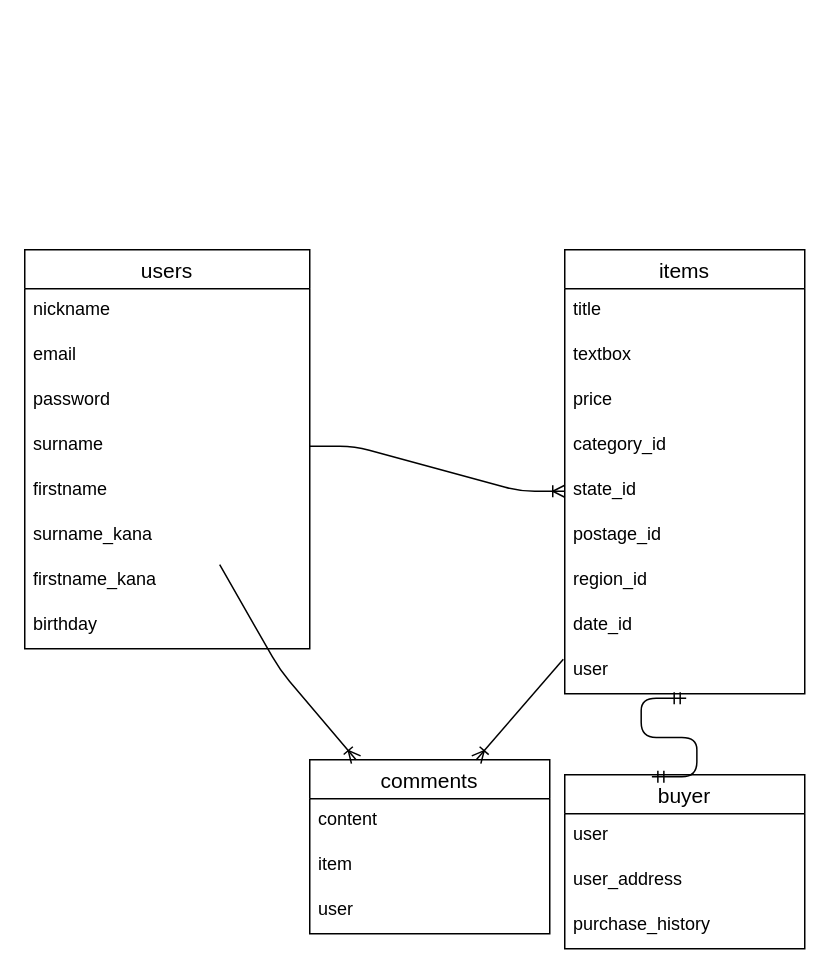
This is test.dio from obakaito05/furima-39126, a draw.io file, before an edit. Source tidied: cells renumbered, new cells numbered last; positions are measured from the earlier drawing's top-left corner, leaving out a move shared by most shapes. Both pictures are drawn from the tidied source at 150%, with x=0, y=0 at pixel (24, 249).
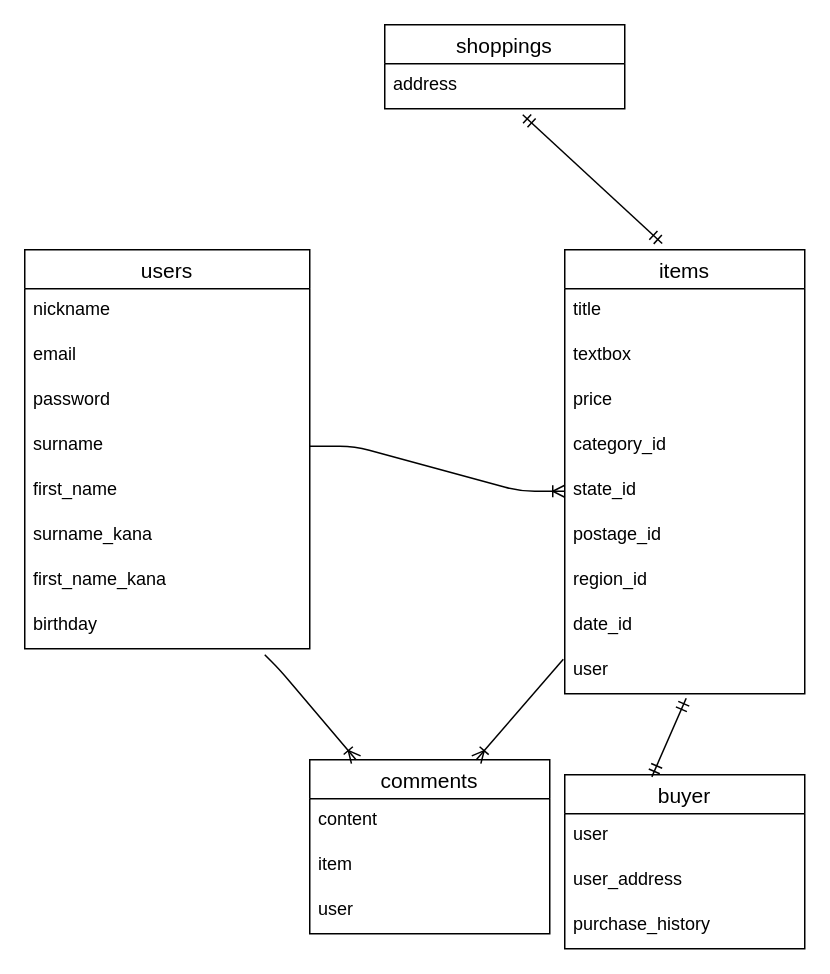
The same diagram, later.

Commit message (it also covers changes not shown here):
データベース設計の修正2

Unchanged cells that the change refers to:
```xml
<mxCell id="2" value="users" style="swimlane;fontStyle=0;horizontal=1;startSize=26;align=center;fontSize=14;" parent="1" vertex="1">
  <mxGeometry width="190" height="266" as="geometry" />
</mxCell>
<mxCell id="8" value="surname_kana" style="text;strokeColor=none;fillColor=none;spacingLeft=4;spacingRight=4;overflow=hidden;points=[[0,0.5],[1,0.5]];portConstraint=eastwest;fontSize=12;" parent="2" vertex="1">
  <mxGeometry y="176" width="190" height="30" as="geometry" />
</mxCell>
<mxCell id="11" value="items" style="swimlane;fontStyle=0;horizontal=1;startSize=26;align=center;fontSize=14;" parent="1" vertex="1">
  <mxGeometry x="360" width="160" height="296" as="geometry" />
</mxCell>
<mxCell id="20" value="user" style="text;strokeColor=none;fillColor=none;spacingLeft=4;spacingRight=4;overflow=hidden;points=[[0,0.5],[1,0.5]];portConstraint=eastwest;fontSize=12;" parent="11" vertex="1">
  <mxGeometry y="266" width="160" height="30" as="geometry" />
</mxCell>
<mxCell id="21" value="comments" style="swimlane;fontStyle=0;horizontal=1;startSize=26;align=center;fontSize=14;" parent="1" vertex="1">
  <mxGeometry x="190" y="340" width="160" height="116" as="geometry" />
</mxCell>
<mxCell id="25" value="buyer" style="swimlane;fontStyle=0;horizontal=1;startSize=26;align=center;fontSize=14;" parent="1" vertex="1">
  <mxGeometry x="360" y="350" width="160" height="116" as="geometry" />
</mxCell>
```

What changed in the source:
```diff
@@
-    <mxCell id="7" value="firstname" style="text;strokeColor=none;fillColor=none;spacingLeft=4;spacingRight=4;overflow=hidden;fontSize=12;" parent="2" vertex="1">
+    <mxCell id="7" value="first_name" style="text;strokeColor=none;fillColor=none;spacingLeft=4;spacingRight=4;overflow=hidden;fontSize=12;" parent="2" vertex="1">
       <mxGeometry y="146" width="190" height="30" as="geometry" />
     </mxCell>
@@
-    <mxCell id="9" value="firstname_kana" style="text;strokeColor=none;fillColor=none;spacingLeft=4;spacingRight=4;overflow=hidden;fontSize=12;" parent="2" vertex="1">
+    <mxCell id="9" value="first_name_kana" style="text;strokeColor=none;fillColor=none;spacingLeft=4;spacingRight=4;overflow=hidden;fontSize=12;" parent="2" vertex="1">
       <mxGeometry y="206" width="190" height="30" as="geometry" />
     </mxCell>
@@
-    <mxCell id="29" style="edgeStyle=entityRelationEdgeStyle;fontSize=12;html=1;endArrow=ERmandOne;startArrow=ERmandOne;entryX=0.506;entryY=1.1;entryDx=0;entryDy=0;entryPerimeter=0;exitX=0.363;exitY=0.012;exitDx=0;exitDy=0;exitPerimeter=0;" parent="1" edge="1" source="25" target="20">
+    <mxCell id="29" style="fontSize=12;html=1;endArrow=ERmandOne;startArrow=ERmandOne;entryX=0.506;entryY=1.1;entryDx=0;entryDy=0;entryPerimeter=0;exitX=0.363;exitY=0.012;exitDx=0;exitDy=0;exitPerimeter=0;" parent="1" edge="1" source="25" target="20">
       <mxGeometry relative="1" as="geometry" />
     </mxCell>
@@
-    <mxCell id="31" style="fontSize=12;html=1;endArrow=ERoneToMany;exitX=0.684;exitY=1.133;exitDx=0;exitDy=0;exitPerimeter=0;" parent="1" edge="1" source="8" target="21">
+    <mxCell id="31" style="fontSize=12;html=1;endArrow=ERoneToMany;" parent="1" edge="1" target="21">
       <mxGeometry relative="1" as="geometry">
+        <mxPoint x="160" y="270" as="sourcePoint" />
         <Array as="points">
           <mxPoint x="170" y="280" />
         </Array>
       </mxGeometry>
     </mxCell>
@@
+    <mxCell id="33" value="shoppings" style="swimlane;fontStyle=0;horizontal=1;startSize=26;align=center;fontSize=14;" parent="1" vertex="1">
+      <mxGeometry x="240" y="-150" width="160" height="56" as="geometry" />
+    </mxCell>
+    <mxCell id="34" value="address" style="text;strokeColor=none;fillColor=none;spacingLeft=4;spacingRight=4;overflow=hidden;points=[[0,0.5],[1,0.5]];portConstraint=eastwest;fontSize=12;" parent="33" vertex="1">
+      <mxGeometry y="26" width="160" height="30" as="geometry" />
+    </mxCell>
+    <mxCell id="35" style="fontSize=12;html=1;endArrow=ERmandOne;startArrow=ERmandOne;entryX=0.575;entryY=1.133;entryDx=0;entryDy=0;entryPerimeter=0;exitX=0.406;exitY=-0.014;exitDx=0;exitDy=0;exitPerimeter=0;" parent="1" edge="1" source="11" target="34">
+      <mxGeometry relative="1" as="geometry" />
+    </mxCell>
```
